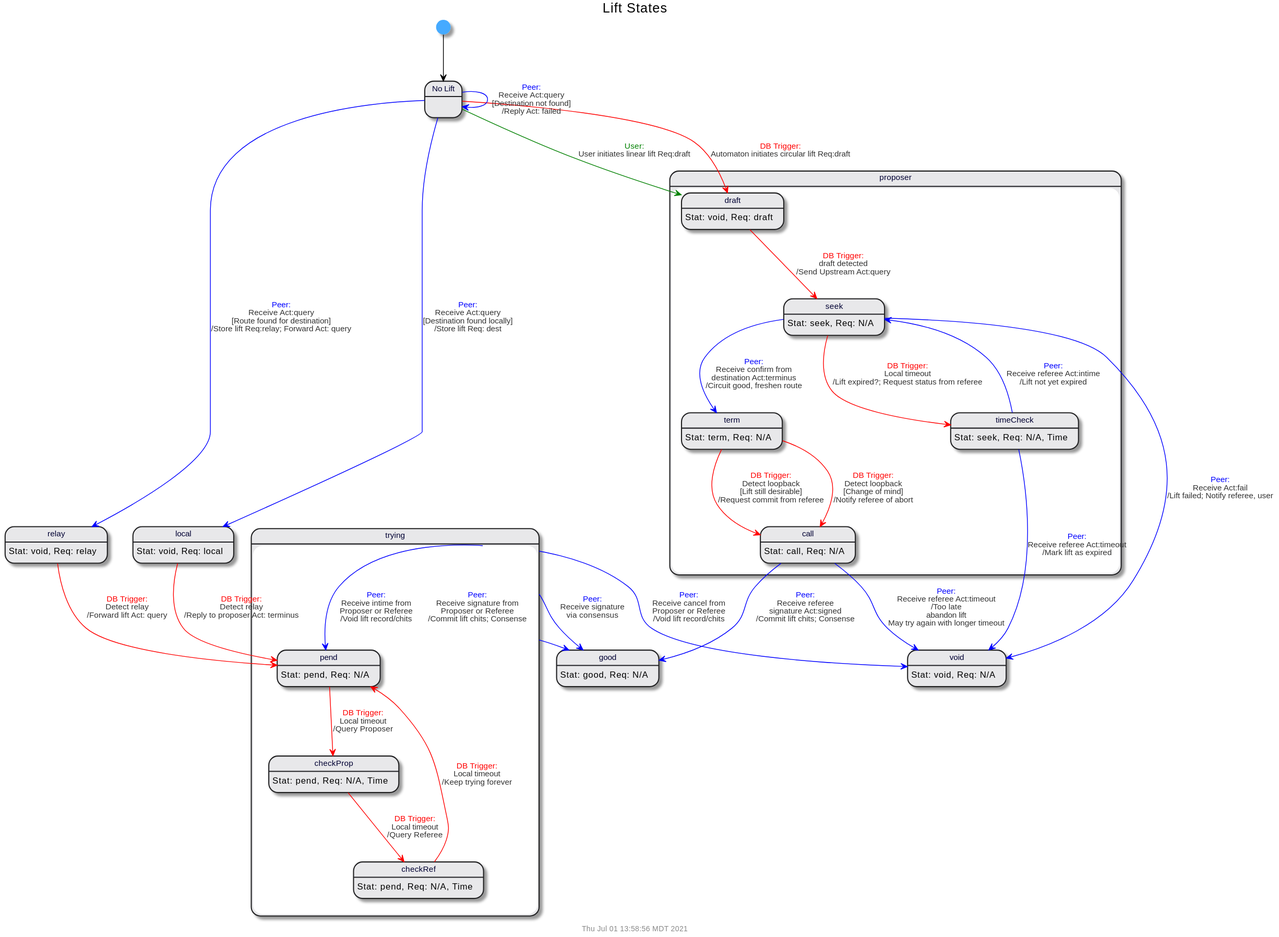
The PlantUML diagram doc/uml/state-lift.svg in gotchoices/MyCHIPs, before a commit.
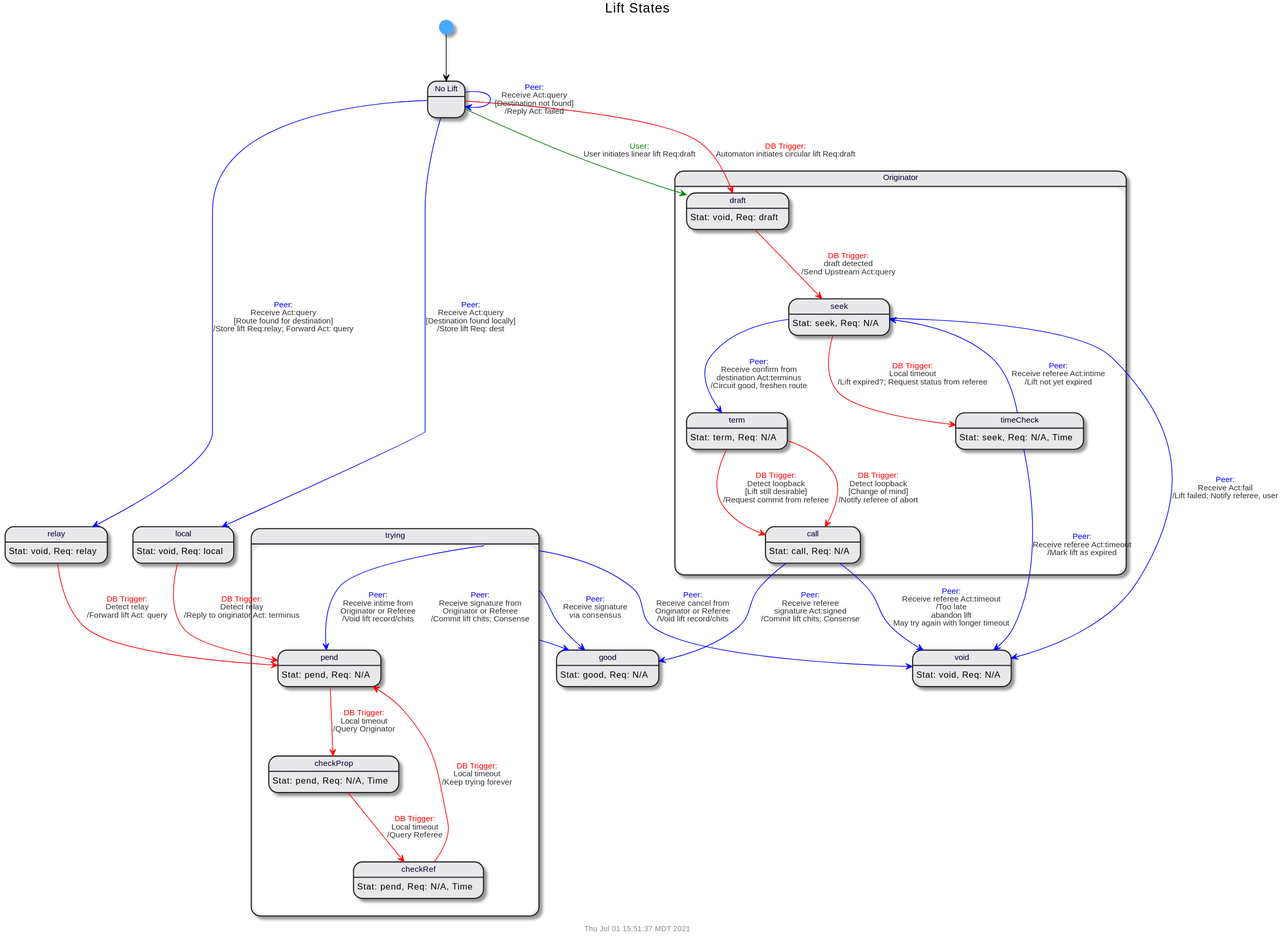
After the commit.

What changed in the source:
```diff
@@ -5,7 +5,7 @@
 [*] --> none
 state "No Lift" as none
 
-state proposer {
+state Originator {
 draft: Stat: void, Req: draft
 seek:  Stat: seek, Req: N/A
 term:  Stat: term, Req: N/A
@@ -43,15 +43,15 @@
 relay -[$db]-> pend: $trans($db,Detect relay,'', Forward lift Act: query)
 
 none -[$peer]-> local: $trans($peer,Receive Act:query,Destination found locally, 'Store lift Req: dest')
-local -[$db]-> pend: $trans($db,Detect relay,'', Reply to proposer Act: terminus)
+local -[$db]-> pend: $trans($db,Detect relay,'', Reply to originator Act: terminus)
 
 trying -[$peer]-> good: $trans($peer,'Receive signature\nvia consensus')
-pend -[$db]-> checkProp: $trans($db,Local timeout,'', Query Proposer)
+pend -[$db]-> checkProp: $trans($db,Local timeout,'', Query Originator)
 checkProp -[$db]-> checkRef: $trans($db,Local timeout,'', Query Referee)
 checkRef -[$db]-> pend: $trans($db,Local timeout,'', Keep trying forever)
 
-trying -[$peer]-> good: $trans($peer,'Receive signature from\nProposer or Referee','', 'Commit lift chits; Consense')
-trying -[$peer]-> void: $trans($peer,'Receive cancel from\nProposer or Referee','', 'Void lift record/chits')
-trying -[$peer]-> pend: $trans($peer,'Receive intime from\nProposer or Referee','', 'Void lift record/chits')
+trying -[$peer]-> good: $trans($peer,'Receive signature from\nOriginator or Referee','', 'Commit lift chits; Consense')
+trying -[$peer]-> void: $trans($peer,'Receive cancel from\nOriginator or Referee','', 'Void lift record/chits')
+trying -[$peer]-> pend: $trans($peer,'Receive intime from\nOriginator or Referee','', 'Void lift record/chits')
 
 @enduml
```
